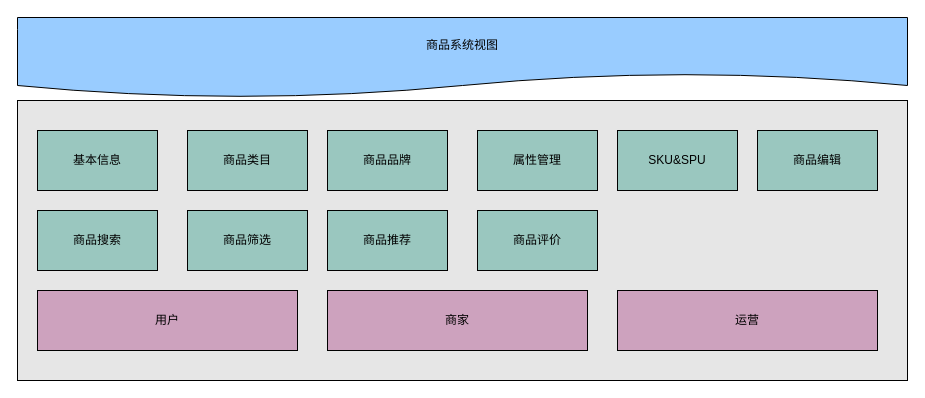
ab-doc/draw.io keeps this draw.io diagram as page "商品" (2 of 8) of src/dragon.drawio. Above is the earlier version. Source tidied: cells renumbered, new cells numbered last; positions are measured from the earlier drawing's top-left corner, leaving out a move shared by most shapes. Both pictures are drawn from the tidied source at 100%, with x=0, y=0 at pixel (17, 17).
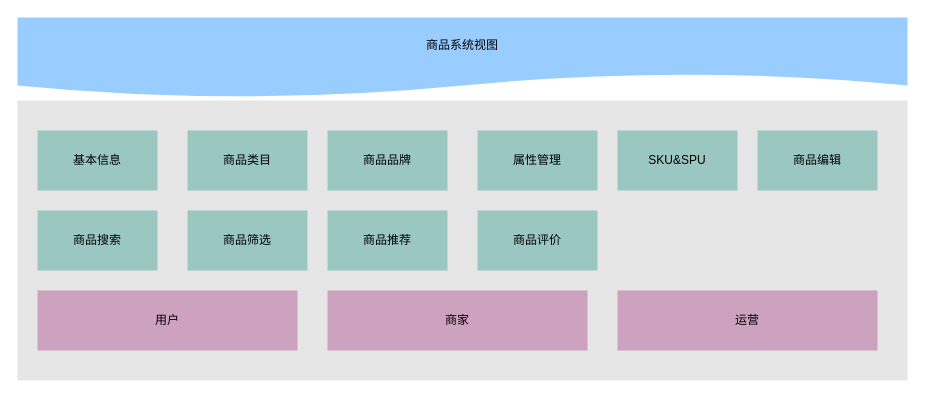
Above is the later version.

Diff of the diagram source:
```diff
@@
 <mxGraphModel>
   <root>
     <mxCell id="0" />
     <mxCell id="1" parent="0" />
     <mxCell id="2" style="group;" parent="1" vertex="1">
       <mxGeometry width="890" height="363" as="geometry" />
     </mxCell>
-    <mxCell id="3" value="商品系统视图" style="shape=document;whiteSpace=wrap;html=1;boundedLbl=1;rounded=0;fillColor=#99CCFF;" parent="2" vertex="1">
+    <mxCell id="3" value="商品系统视图" style="shape=document;whiteSpace=wrap;html=1;boundedLbl=1;rounded=0;fillColor=#99CCFF;strokeColor=none;" parent="2" vertex="1">
       <mxGeometry width="890" height="80" as="geometry" />
     </mxCell>
-    <mxCell id="4" style="rounded=0;whiteSpace=wrap;html=1;fillColor=#E6E6E6;" parent="2" vertex="1">
+    <mxCell id="4" style="rounded=0;whiteSpace=wrap;html=1;fillColor=#E6E6E6;strokeColor=none;" parent="2" vertex="1">
       <mxGeometry y="83" width="890" height="280" as="geometry" />
     </mxCell>
-    <mxCell id="5" value="基本信息" style="rounded=0;whiteSpace=wrap;html=1;fillColor=#9AC7BF;" parent="2" vertex="1">
+    <mxCell id="5" value="基本信息" style="rounded=0;whiteSpace=wrap;html=1;fillColor=#9AC7BF;strokeColor=none;" parent="2" vertex="1">
       <mxGeometry x="20" y="113" width="120" height="60" as="geometry" />
     </mxCell>
-    <mxCell id="6" value="商品类目" style="rounded=0;whiteSpace=wrap;html=1;fillColor=#9AC7BF;" parent="2" vertex="1">
+    <mxCell id="6" value="商品类目" style="rounded=0;whiteSpace=wrap;html=1;fillColor=#9AC7BF;strokeColor=none;" parent="2" vertex="1">
       <mxGeometry x="170" y="113" width="120" height="60" as="geometry" />
     </mxCell>
-    <mxCell id="7" value="商品品牌" style="rounded=0;whiteSpace=wrap;html=1;fillColor=#9AC7BF;" parent="2" vertex="1">
+    <mxCell id="7" value="商品品牌" style="rounded=0;whiteSpace=wrap;html=1;fillColor=#9AC7BF;strokeColor=none;" parent="2" vertex="1">
       <mxGeometry x="310" y="113" width="120" height="60" as="geometry" />
     </mxCell>
-    <mxCell id="8" value="属性管理" style="rounded=0;whiteSpace=wrap;html=1;fillColor=#9AC7BF;" parent="2" vertex="1">
+    <mxCell id="8" value="属性管理" style="rounded=0;whiteSpace=wrap;html=1;fillColor=#9AC7BF;strokeColor=none;" parent="2" vertex="1">
       <mxGeometry x="460" y="113" width="120" height="60" as="geometry" />
     </mxCell>
-    <mxCell id="9" value="SKU&amp;amp;SPU" style="rounded=0;whiteSpace=wrap;html=1;fillColor=#9AC7BF;" parent="2" vertex="1">
+    <mxCell id="9" value="SKU&amp;amp;SPU" style="rounded=0;whiteSpace=wrap;html=1;fillColor=#9AC7BF;strokeColor=none;" parent="2" vertex="1">
       <mxGeometry x="600" y="113" width="120" height="60" as="geometry" />
     </mxCell>
-    <mxCell id="10" value="商品编辑" style="rounded=0;whiteSpace=wrap;html=1;fillColor=#9AC7BF;" parent="2" vertex="1">
+    <mxCell id="10" value="商品编辑" style="rounded=0;whiteSpace=wrap;html=1;fillColor=#9AC7BF;strokeColor=none;" parent="2" vertex="1">
       <mxGeometry x="740" y="113" width="120" height="60" as="geometry" />
     </mxCell>
-    <mxCell id="11" value="商品搜索" style="rounded=0;whiteSpace=wrap;html=1;fillColor=#9AC7BF;" parent="2" vertex="1">
+    <mxCell id="11" value="商品搜索" style="rounded=0;whiteSpace=wrap;html=1;fillColor=#9AC7BF;strokeColor=none;" parent="2" vertex="1">
       <mxGeometry x="20" y="193" width="120" height="60" as="geometry" />
     </mxCell>
-    <mxCell id="12" value="商品筛选" style="rounded=0;whiteSpace=wrap;html=1;fillColor=#9AC7BF;" parent="2" vertex="1">
+    <mxCell id="12" value="商品筛选" style="rounded=0;whiteSpace=wrap;html=1;fillColor=#9AC7BF;strokeColor=none;" parent="2" vertex="1">
       <mxGeometry x="170" y="193" width="120" height="60" as="geometry" />
     </mxCell>
-    <mxCell id="13" value="商品推荐" style="rounded=0;whiteSpace=wrap;html=1;fillColor=#9AC7BF;" parent="2" vertex="1">
+    <mxCell id="13" value="商品推荐" style="rounded=0;whiteSpace=wrap;html=1;fillColor=#9AC7BF;strokeColor=none;" parent="2" vertex="1">
       <mxGeometry x="310" y="193" width="120" height="60" as="geometry" />
     </mxCell>
-    <mxCell id="14" value="商品评价" style="rounded=0;whiteSpace=wrap;html=1;fillColor=#9AC7BF;" parent="2" vertex="1">
+    <mxCell id="14" value="商品评价" style="rounded=0;whiteSpace=wrap;html=1;fillColor=#9AC7BF;strokeColor=none;" parent="2" vertex="1">
       <mxGeometry x="460" y="193" width="120" height="60" as="geometry" />
     </mxCell>
-    <mxCell id="15" value="用户" style="rounded=0;whiteSpace=wrap;html=1;fillColor=#CDA2BE;" parent="2" vertex="1">
+    <mxCell id="15" value="用户" style="rounded=0;whiteSpace=wrap;html=1;fillColor=#CDA2BE;strokeColor=none;" parent="2" vertex="1">
       <mxGeometry x="20" y="273" width="260" height="60" as="geometry" />
     </mxCell>
-    <mxCell id="16" value="商家" style="rounded=0;whiteSpace=wrap;html=1;fillColor=#CDA2BE;" parent="2" vertex="1">
+    <mxCell id="16" value="商家" style="rounded=0;whiteSpace=wrap;html=1;fillColor=#CDA2BE;strokeColor=none;" parent="2" vertex="1">
       <mxGeometry x="310" y="273" width="260" height="60" as="geometry" />
     </mxCell>
-    <mxCell id="17" value="运营" style="rounded=0;whiteSpace=wrap;html=1;fillColor=#CDA2BE;" parent="2" vertex="1">
+    <mxCell id="17" value="运营" style="rounded=0;whiteSpace=wrap;html=1;fillColor=#CDA2BE;strokeColor=none;" parent="2" vertex="1">
       <mxGeometry x="600" y="273" width="260" height="60" as="geometry" />
     </mxCell>
   </root>
 </mxGraphModel>
```
